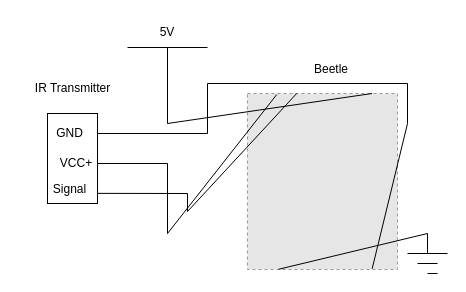
Earlier version of the draw.io diagram page "person" (4 of 4) of Untitled Diagram.drawio (e0425705/Notes). Source tidied: cells renumbered, new cells numbered last; positions are measured from the earlier drawing's top-left corner, leaving out a move shared by most shapes. Both pictures are drawn from the tidied source at 100%, with x=0, y=0 at pixel (17, 17). Pictures stored in the file or linked from it are replaced by grey dashed boxes.
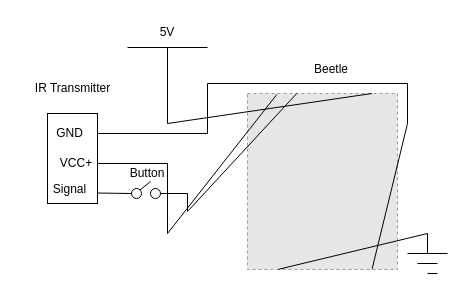
The same diagram, later.

Unchanged cells that the change refers to:
```xml
<mxCell id="2" style="fillColor=#E6E6E6;strokeColor=#999999;dashed=1;verticalLabelPosition=bottom;labelBackgroundColor=default;verticalAlign=top;" parent="1" vertex="1">
  <mxGeometry x="230" y="76" width="150" height="176" as="geometry" />
</mxCell>
<mxCell id="18" value="Signal" style="text;html=1;strokeColor=none;fillColor=none;align=center;verticalAlign=middle;whiteSpace=wrap;rounded=0;" parent="1" vertex="1">
  <mxGeometry x="25" y="157" width="55" height="30" as="geometry" />
</mxCell>
```

The edit, as a diff of the source:
```diff
@@
-    <mxCell id="6" style="endArrow=none;html=1;rounded=0;exitX=0.98;exitY=0.629;exitDx=0;exitDy=0;exitPerimeter=0;entryX=0.329;entryY=-0.001;entryDx=0;entryDy=0;entryPerimeter=0;" parent="1" edge="1" source="18" target="2">
+    <mxCell id="6" style="endArrow=none;html=1;rounded=0;exitX=1;exitY=0.5;exitDx=0;exitDy=0;entryX=0.329;entryY=-0.001;entryDx=0;entryDy=0;entryPerimeter=0;" parent="1" edge="1" source="20" target="2">
       <mxGeometry relative="1" as="geometry">
         <Array as="points">
           <mxPoint x="170" y="176" />
           <mxPoint x="170" y="194" />
         </Array>
       </mxGeometry>
     </mxCell>
@@
+    <mxCell id="19" style="ellipse;whiteSpace=wrap;html=1;" parent="1" vertex="1">
+      <mxGeometry x="114" y="171" width="10" height="10" as="geometry" />
+    </mxCell>
+    <mxCell id="20" style="ellipse;whiteSpace=wrap;html=1;" parent="1" vertex="1">
+      <mxGeometry x="133" y="171" width="10" height="10" as="geometry" />
+    </mxCell>
+    <mxCell id="21" style="endArrow=none;html=1;rounded=0;exitX=1;exitY=0;exitDx=0;exitDy=0;" parent="1" edge="1" source="19">
+      <mxGeometry relative="1" as="geometry">
+        <mxPoint x="133" y="164" as="targetPoint" />
+      </mxGeometry>
+    </mxCell>
+    <mxCell id="22" value="Button" style="text;html=1;strokeColor=none;fillColor=none;align=center;verticalAlign=middle;whiteSpace=wrap;rounded=0;" parent="1" vertex="1">
+      <mxGeometry x="100" y="141" width="60" height="30" as="geometry" />
+    </mxCell>
+    <mxCell id="23" style="endArrow=none;html=1;rounded=0;exitX=0.993;exitY=0.618;exitDx=0;exitDy=0;exitPerimeter=0;entryX=0;entryY=0.5;entryDx=0;entryDy=0;" parent="1" edge="1" source="18" target="19">
+      <mxGeometry relative="1" as="geometry" />
+    </mxCell>
```
